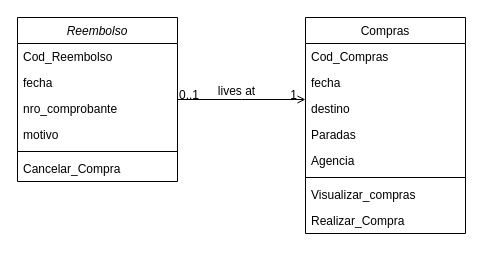
Above: Diagrama sin título.drawio in phoenix1179/BD (draw.io), before the change. Source tidied: cells renumbered, new cells numbered last; positions are measured from the earlier drawing's top-left corner, leaving out a move shared by most shapes. Both pictures are drawn from the tidied source at 100%, with x=0, y=0 at pixel (17, 17).
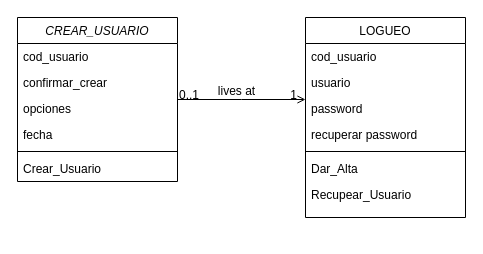
The same diagram, later.

The edit, as a diff of the source:
```diff
@@
-    <mxCell id="2" value="Reembolso" style="swimlane;fontStyle=2;align=center;verticalAlign=top;horizontal=1;startSize=26;rounded=0;shadow=0;strokeWidth=1;" parent="1" vertex="1">
+    <mxCell id="2" value="CREAR_USUARIO" style="swimlane;fontStyle=2;align=center;verticalAlign=top;horizontal=1;startSize=26;rounded=0;shadow=0;strokeWidth=1;" parent="1" vertex="1">
       <mxGeometry width="160" height="164" as="geometry" />
     </mxCell>
-    <mxCell id="3" value="Cod_Reembolso" style="text;align=left;verticalAlign=top;spacingLeft=4;spacingRight=4;overflow=hidden;" parent="2" vertex="1">
+    <mxCell id="3" value="cod_usuario" style="text;align=left;verticalAlign=top;spacingLeft=4;spacingRight=4;overflow=hidden;" parent="2" vertex="1">
       <mxGeometry y="26" width="160" height="26" as="geometry" />
     </mxCell>
-    <mxCell id="4" value="fecha" style="text;align=left;verticalAlign=top;spacingLeft=4;spacingRight=4;overflow=hidden;" parent="2" vertex="1">
+    <mxCell id="4" value="confirmar_crear" style="text;align=left;verticalAlign=top;spacingLeft=4;spacingRight=4;overflow=hidden;" parent="2" vertex="1">
       <mxGeometry y="52" width="160" height="26" as="geometry" />
     </mxCell>
-    <mxCell id="5" value="nro_comprobante" style="text;align=left;verticalAlign=top;spacingLeft=4;spacingRight=4;overflow=hidden;rounded=0;shadow=0;html=0;" parent="2" vertex="1">
+    <mxCell id="5" value="opciones" style="text;align=left;verticalAlign=top;spacingLeft=4;spacingRight=4;overflow=hidden;rounded=0;shadow=0;html=0;" parent="2" vertex="1">
       <mxGeometry y="78" width="160" height="26" as="geometry" />
     </mxCell>
-    <mxCell id="6" value="motivo" style="text;align=left;verticalAlign=top;spacingLeft=4;spacingRight=4;overflow=hidden;rounded=0;shadow=0;html=0;" parent="2" vertex="1">
+    <mxCell id="6" value="fecha" style="text;align=left;verticalAlign=top;spacingLeft=4;spacingRight=4;overflow=hidden;rounded=0;shadow=0;html=0;" parent="2" vertex="1">
       <mxGeometry y="104" width="160" height="26" as="geometry" />
     </mxCell>
@@
-    <mxCell id="8" value="Cancelar_Compra    " style="text;align=left;verticalAlign=top;spacingLeft=4;spacingRight=4;overflow=hidden;" parent="2" vertex="1">
+    <mxCell id="8" value="Crear_Usuario" style="text;align=left;verticalAlign=top;spacingLeft=4;spacingRight=4;overflow=hidden;" parent="2" vertex="1">
       <mxGeometry y="138" width="160" height="26" as="geometry" />
     </mxCell>
-    <mxCell id="9" value="Compras" style="swimlane;fontStyle=0;align=center;verticalAlign=top;horizontal=1;startSize=26;rounded=0;shadow=0;strokeWidth=1;" parent="1" vertex="1">
-      <mxGeometry x="288" width="160" height="216" as="geometry" />
+    <mxCell id="9" value="LOGUEO" style="swimlane;fontStyle=0;align=center;verticalAlign=top;horizontal=1;startSize=26;rounded=0;shadow=0;strokeWidth=1;" parent="1" vertex="1">
+      <mxGeometry x="288" width="160" height="200" as="geometry" />
     </mxCell>
-    <mxCell id="10" value="Cod_Compras" style="text;align=left;verticalAlign=top;spacingLeft=4;spacingRight=4;overflow=hidden;" parent="9" vertex="1">
+    <mxCell id="10" value="cod_usuario" style="text;align=left;verticalAlign=top;spacingLeft=4;spacingRight=4;overflow=hidden;" parent="9" vertex="1">
       <mxGeometry y="26" width="160" height="26" as="geometry" />
     </mxCell>
+    <mxCell id="22" value="usuario    " style="text;align=left;verticalAlign=top;spacingLeft=4;spacingRight=4;overflow=hidden;" parent="9" vertex="1">
+      <mxGeometry y="52" width="160" height="26" as="geometry" />
+    </mxCell>
-    <mxCell id="11" value="fecha" style="text;align=left;verticalAlign=top;spacingLeft=4;spacingRight=4;overflow=hidden;rounded=0;shadow=0;html=0;" parent="9" vertex="1">
-      <mxGeometry y="52" width="160" height="26" as="geometry" />
+    <mxCell id="11" value="password" style="text;align=left;verticalAlign=top;spacingLeft=4;spacingRight=4;overflow=hidden;rounded=0;shadow=0;html=0;" parent="9" vertex="1">
+      <mxGeometry y="78" width="160" height="26" as="geometry" />
     </mxCell>
-    <mxCell id="12" value="destino" style="text;align=left;verticalAlign=top;spacingLeft=4;spacingRight=4;overflow=hidden;rounded=0;shadow=0;html=0;" parent="9" vertex="1">
-      <mxGeometry y="78" width="160" height="26" as="geometry" />
+    <mxCell id="12" value="recuperar password" style="text;align=left;verticalAlign=top;spacingLeft=4;spacingRight=4;overflow=hidden;rounded=0;shadow=0;html=0;" parent="9" vertex="1">
+      <mxGeometry y="104" width="160" height="26" as="geometry" />
     </mxCell>
-    <mxCell id="13" value="Paradas" style="text;align=left;verticalAlign=top;spacingLeft=4;spacingRight=4;overflow=hidden;rounded=0;shadow=0;html=0;" parent="9" vertex="1">
-      <mxGeometry y="104" width="160" height="26" as="geometry" />
-    </mxCell>
-    <mxCell id="14" value="Agencia" style="text;align=left;verticalAlign=top;spacingLeft=4;spacingRight=4;overflow=hidden;rounded=0;shadow=0;html=0;" parent="9" vertex="1">
-      <mxGeometry y="130" width="160" height="26" as="geometry" />
-    </mxCell>
     <mxCell id="15" style="line;html=1;strokeWidth=1;align=left;verticalAlign=middle;spacingTop=-1;spacingLeft=3;spacingRight=3;labelPosition=right;" parent="9" vertex="1">
-      <mxGeometry y="156" width="160" height="8" as="geometry" />
+      <mxGeometry y="130" width="160" height="8" as="geometry" />
     </mxCell>
-    <mxCell id="16" value="Visualizar_compras" style="text;align=left;verticalAlign=top;spacingLeft=4;spacingRight=4;overflow=hidden;" parent="9" vertex="1">
-      <mxGeometry y="164" width="160" height="26" as="geometry" />
+    <mxCell id="16" value="Dar_Alta" style="text;align=left;verticalAlign=top;spacingLeft=4;spacingRight=4;overflow=hidden;" parent="9" vertex="1">
+      <mxGeometry y="138" width="160" height="26" as="geometry" />
     </mxCell>
-    <mxCell id="17" value="Realizar_Compra" style="text;align=left;verticalAlign=top;spacingLeft=4;spacingRight=4;overflow=hidden;" parent="9" vertex="1">
-      <mxGeometry y="190" width="160" height="26" as="geometry" />
+    <mxCell id="17" value="Recupear_Usuario" style="text;align=left;verticalAlign=top;spacingLeft=4;spacingRight=4;overflow=hidden;" parent="9" vertex="1">
+      <mxGeometry y="164" width="160" height="26" as="geometry" />
     </mxCell>
```
